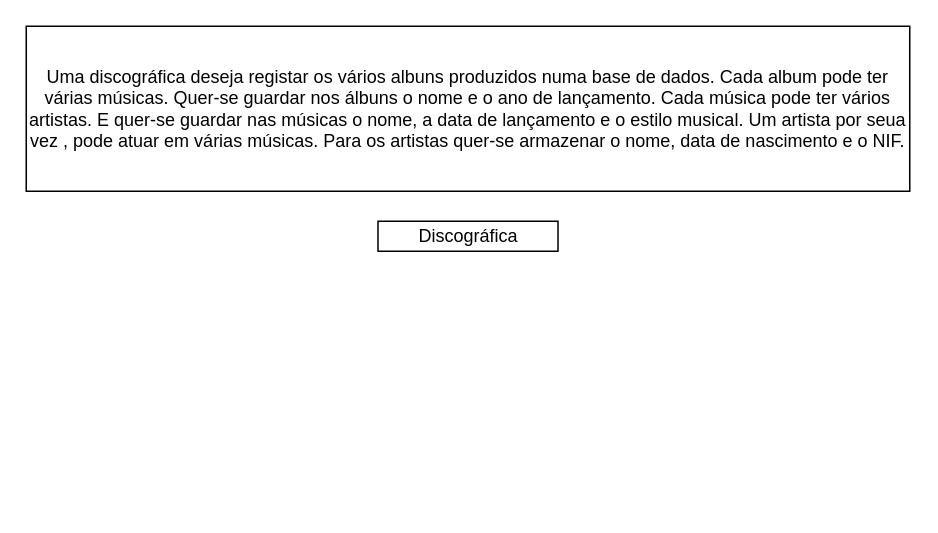
This is Diagrama sem nome.drawio from joaopakina14/baseDeDados, a draw.io file, before an edit. Source tidied: cells renumbered, new cells numbered last; positions are measured from the earlier drawing's top-left corner, leaving out a move shared by most shapes. Both pictures are drawn from the tidied source at 150%, with x=0, y=0 at pixel (26, 26).
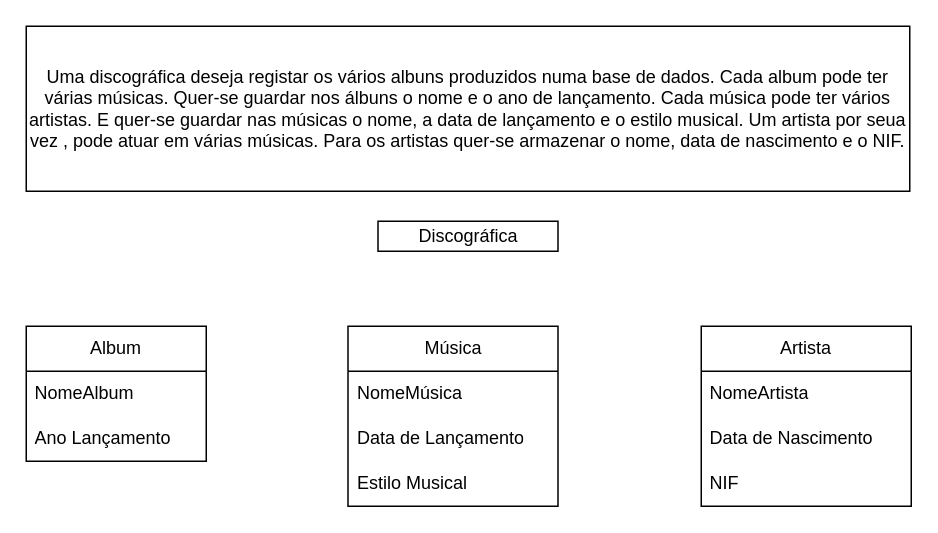
Above is the later version.

Change to the diagram source:
```diff
@@
 <mxGraphModel>
   <root>
     <mxCell id="0" />
     <mxCell id="1" parent="0" />
     <mxCell id="2" value="Uma discográfica deseja registar os vários albuns produzidos numa base de dados. Cada album pode ter várias músicas. Quer-se guardar nos álbuns o nome e o ano de lançamento. Cada música pode ter vários artistas. E quer-se guardar nas músicas o nome, a data de lançamento e o estilo musical. Um artista por seua vez , pode atuar em várias músicas. Para os artistas quer-se armazenar o nome, data de nascimento e o NIF." style="rounded=0;whiteSpace=wrap;html=1;" parent="1" vertex="1">
       <mxGeometry width="589" height="110" as="geometry" />
     </mxCell>
     <mxCell id="3" value="Discográfica" style="rounded=0;whiteSpace=wrap;html=1;" parent="1" vertex="1">
       <mxGeometry x="234.5" y="130" width="120" height="20" as="geometry" />
     </mxCell>
+    <mxCell id="4" value="Album" style="swimlane;fontStyle=0;horizontal=1;startSize=30;whiteSpace=wrap;html=1;" parent="1" vertex="1">
+      <mxGeometry y="200" width="120" height="90" as="geometry" />
+    </mxCell>
+    <mxCell id="5" value="NomeAlbum" style="text;strokeColor=none;fillColor=none;align=left;verticalAlign=middle;spacingLeft=4;spacingRight=4;overflow=hidden;whiteSpace=wrap;html=1;" parent="4" vertex="1">
+      <mxGeometry y="30" width="120" height="30" as="geometry" />
+    </mxCell>
+    <mxCell id="6" value="Ano Lançamento" style="text;strokeColor=none;fillColor=none;align=left;verticalAlign=middle;spacingLeft=4;spacingRight=4;overflow=hidden;whiteSpace=wrap;html=1;" parent="4" vertex="1">
+      <mxGeometry y="60" width="120" height="30" as="geometry" />
+    </mxCell>
+    <mxCell id="7" value="Música" style="swimlane;fontStyle=0;horizontal=1;startSize=30;whiteSpace=wrap;html=1;" parent="1" vertex="1">
+      <mxGeometry x="214.5" y="200" width="140" height="120" as="geometry" />
+    </mxCell>
+    <mxCell id="8" value="NomeMúsica" style="text;strokeColor=none;fillColor=none;align=left;verticalAlign=middle;spacingLeft=4;spacingRight=4;overflow=hidden;whiteSpace=wrap;html=1;" parent="7" vertex="1">
+      <mxGeometry y="30" width="140" height="30" as="geometry" />
+    </mxCell>
+    <mxCell id="9" value="Data de Lançamento" style="text;strokeColor=none;fillColor=none;align=left;verticalAlign=middle;spacingLeft=4;spacingRight=4;overflow=hidden;whiteSpace=wrap;html=1;" parent="7" vertex="1">
+      <mxGeometry y="60" width="140" height="30" as="geometry" />
+    </mxCell>
+    <mxCell id="10" value="Estilo Musical" style="text;strokeColor=none;fillColor=none;align=left;verticalAlign=middle;spacingLeft=4;spacingRight=4;overflow=hidden;whiteSpace=wrap;html=1;" parent="7" vertex="1">
+      <mxGeometry y="90" width="140" height="30" as="geometry" />
+    </mxCell>
+    <mxCell id="11" value="Artista" style="swimlane;fontStyle=0;horizontal=1;startSize=30;whiteSpace=wrap;html=1;" parent="1" vertex="1">
+      <mxGeometry x="450" y="200" width="140" height="120" as="geometry" />
+    </mxCell>
+    <mxCell id="12" value="NomeArtista" style="text;strokeColor=none;fillColor=none;align=left;verticalAlign=middle;spacingLeft=4;spacingRight=4;overflow=hidden;whiteSpace=wrap;html=1;" parent="11" vertex="1">
+      <mxGeometry y="30" width="140" height="30" as="geometry" />
+    </mxCell>
+    <mxCell id="13" value="Data de Nascimento" style="text;strokeColor=none;fillColor=none;align=left;verticalAlign=middle;spacingLeft=4;spacingRight=4;overflow=hidden;whiteSpace=wrap;html=1;" parent="11" vertex="1">
+      <mxGeometry y="60" width="140" height="30" as="geometry" />
+    </mxCell>
+    <mxCell id="14" value="NIF" style="text;strokeColor=none;fillColor=none;align=left;verticalAlign=middle;spacingLeft=4;spacingRight=4;overflow=hidden;whiteSpace=wrap;html=1;" parent="11" vertex="1">
+      <mxGeometry y="90" width="140" height="30" as="geometry" />
+    </mxCell>
   </root>
 </mxGraphModel>
```
